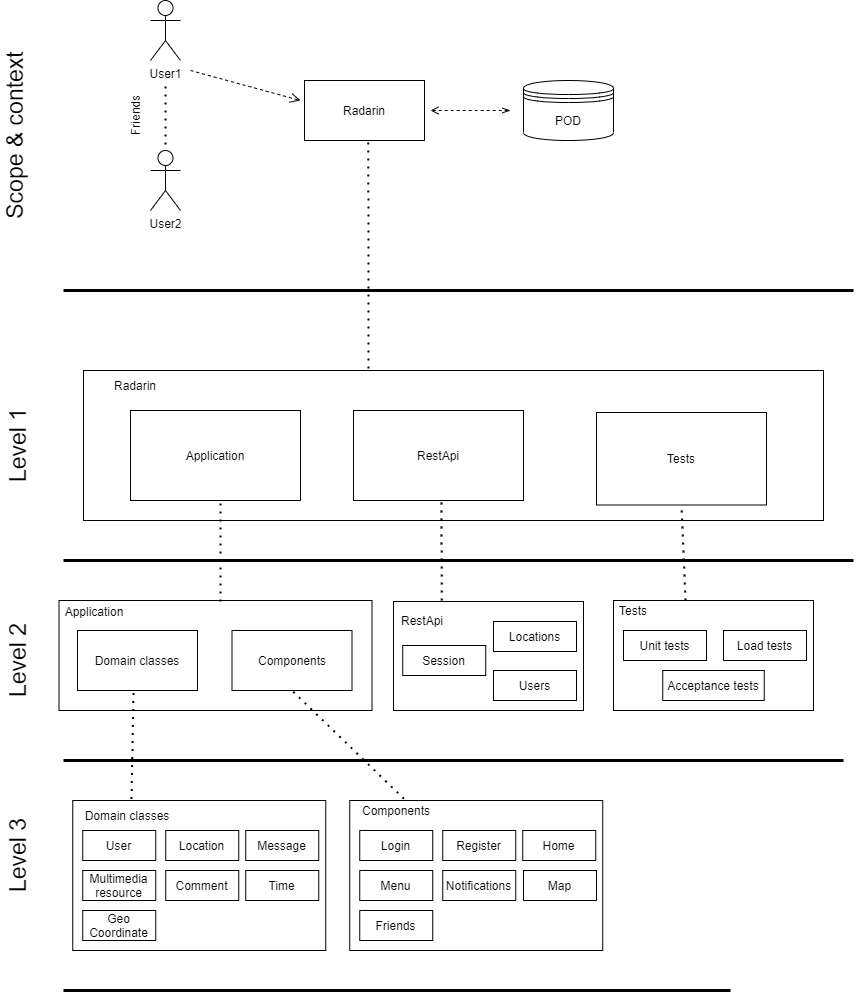
Arquisoft/radarin_en2a keeps this draw.io diagram as webapp/docs/images/05_deployment_view_2.png. Above is the earlier version. Source tidied: cells renumbered, new cells last; positions are measured from the earlier drawing's top-left corner, leaving out a move shared by most shapes.
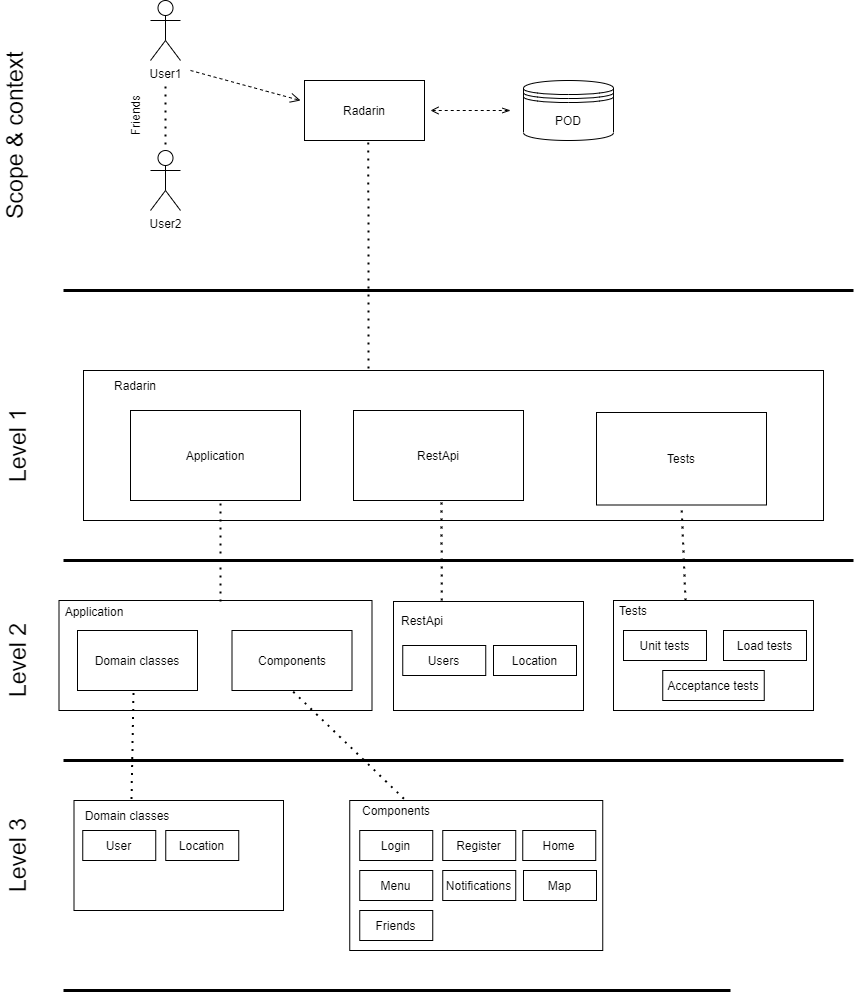
Above is the later version.

Commit message:
Updated deployment view diagram

Diff of the diagram source:
```diff
@@ -92,7 +92,7 @@
       <mxGeometry y="120" width="230" height="30" as="geometry" />
     </mxCell>
     <mxCell id="25" style="rounded=0;whiteSpace=wrap;html=1;" parent="1" vertex="1">
-      <mxGeometry x="172.2" y="800" width="253" height="150" as="geometry" />
+      <mxGeometry x="173.5" y="800" width="209.5" height="110" as="geometry" />
     </mxCell>
     <mxCell id="26" value="User" style="rounded=0;whiteSpace=wrap;html=1;" parent="1" vertex="1">
       <mxGeometry x="182.2" y="830" width="73" height="30" as="geometry" />
@@ -103,9 +103,6 @@
     <mxCell id="28" value="Tests" style="text;html=1;strokeColor=none;fillColor=none;align=center;verticalAlign=middle;whiteSpace=wrap;rounded=0;" parent="1" vertex="1">
       <mxGeometry x="713" y="600" width="40" height="20" as="geometry" />
     </mxCell>
-    <mxCell id="29" value="Multimedia resource" style="rounded=0;whiteSpace=wrap;html=1;" parent="1" vertex="1">
-      <mxGeometry x="182.2" y="870" width="73" height="30" as="geometry" />
-    </mxCell>
     <mxCell id="30" value="Location" style="rounded=0;whiteSpace=wrap;html=1;" parent="1" vertex="1">
       <mxGeometry x="265.2" y="830" width="73" height="30" as="geometry" />
     </mxCell>
@@ -118,12 +115,6 @@
     <mxCell id="33" value="Domain classes" style="text;html=1;strokeColor=none;fillColor=none;align=center;verticalAlign=middle;whiteSpace=wrap;rounded=0;" parent="1" vertex="1">
       <mxGeometry x="158.2" y="805" width="138" height="20" as="geometry" />
     </mxCell>
-    <mxCell id="34" value="Comment" style="rounded=0;whiteSpace=wrap;html=1;" parent="1" vertex="1">
-      <mxGeometry x="265.2" y="870" width="73" height="30" as="geometry" />
-    </mxCell>
-    <mxCell id="35" value="Message" style="rounded=0;whiteSpace=wrap;html=1;" parent="1" vertex="1">
-      <mxGeometry x="345.2" y="830" width="73" height="30" as="geometry" />
-    </mxCell>
     <mxCell id="36" style="endArrow=none;dashed=1;html=1;dashPattern=1 3;strokeWidth=2;entryX=0.467;entryY=1.012;entryDx=0;entryDy=0;entryPerimeter=0;exitX=0.527;exitY=-0.33;exitDx=0;exitDy=0;exitPerimeter=0;" parent="1" edge="1" source="33" target="22">
       <mxGeometry relative="1" as="geometry" />
     </mxCell>
@@ -180,12 +171,6 @@
         <mxPoint x="830" y="990" as="targetPoint" />
       </mxGeometry>
     </mxCell>
-    <mxCell id="52" value="Time" style="rounded=0;whiteSpace=wrap;html=1;" parent="1" vertex="1">
-      <mxGeometry x="345.2" y="870" width="73" height="30" as="geometry" />
-    </mxCell>
-    <mxCell id="53" value="Geo Coordinate" style="rounded=0;whiteSpace=wrap;html=1;" parent="1" vertex="1">
-      <mxGeometry x="182.2" y="910" width="73" height="30" as="geometry" />
-    </mxCell>
     <mxCell id="54" value="&lt;span style=&quot;color: rgba(0 , 0 , 0 , 0) ; font-family: monospace ; font-size: 0px&quot;&gt;%3CmxGraphModel%3E%3Croot%3E%3CmxCell%20id%3D%220%22%2F%3E%3CmxCell%20id%3D%221%22%20parent%3D%220%22%2F%3E%3CmxCell%20id%3D%222%22%20value%3D%22Unit%20tests%22%20style%3D%22rounded%3D0%3BwhiteSpace%3Dwrap%3Bhtml%3D1%3B%22%20vertex%3D%221%22%20parent%3D%221%22%3E%3CmxGeometry%20x%3D%22650%22%20y%3D%22710%22%20width%3D%2283%22%20height%3D%2230%22%20as%3D%22geometry%22%2F%3E%3C%2FmxCell%3E%3C%2Froot%3E%3C%2FmxGraphModel%3E&lt;/span&gt;" style="rounded=0;whiteSpace=wrap;html=1;" parent="1" vertex="1">
       <mxGeometry x="493" y="601" width="190" height="109" as="geometry" />
     </mxCell>
@@ -193,10 +178,10 @@
       <mxGeometry x="502.2" y="610" width="40" height="20" as="geometry" />
     </mxCell>
     <mxCell id="56" value="Users" style="rounded=0;whiteSpace=wrap;html=1;" parent="1" vertex="1">
-      <mxGeometry x="593" y="670" width="83" height="30" as="geometry" />
+      <mxGeometry x="502.2" y="645" width="83" height="30" as="geometry" />
     </mxCell>
-    <mxCell id="57" value="Locations" style="rounded=0;whiteSpace=wrap;html=1;" parent="1" vertex="1">
-      <mxGeometry x="593" y="621" width="83" height="30" as="geometry" />
+    <mxCell id="57" value="Location" style="rounded=0;whiteSpace=wrap;html=1;" parent="1" vertex="1">
+      <mxGeometry x="593" y="645" width="83" height="30" as="geometry" />
     </mxCell>
     <mxCell id="58" value="RestApi" style="rounded=0;whiteSpace=wrap;html=1;" parent="1" vertex="1">
       <mxGeometry x="453" y="410" width="170" height="90" as="geometry" />
@@ -207,8 +192,5 @@
         <mxPoint x="541" y="499" as="targetPoint" />
       </mxGeometry>
     </mxCell>
-    <mxCell id="60" value="Session" style="rounded=0;whiteSpace=wrap;html=1;" parent="1" vertex="1">
-      <mxGeometry x="502.2" y="645" width="83" height="30" as="geometry" />
-    </mxCell>
   </root>
 </mxGraphModel>
```
